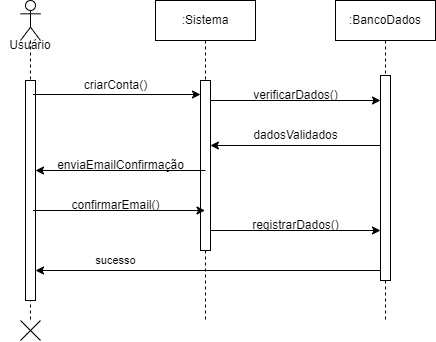
Earlier version of the draw.io export Diagrama_sequencia_cadastrar.png (ThePlano/Projeto-CC5511---ENGENHARIA-DE-SOFTWARE). Source tidied: cells renumbered, new cells last; positions are measured from the earlier drawing's top-left corner, leaving out a move shared by most shapes.
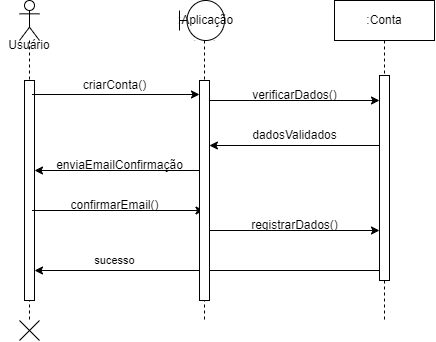
The same diagram one commit later.

Diff of the diagram source:
```diff
@@ -2,12 +2,6 @@
   <root>
     <mxCell id="0" />
     <mxCell id="1" parent="0" />
-    <mxCell id="2" value=":Sistema" style="shape=umlLifeline;perimeter=lifelinePerimeter;whiteSpace=wrap;html=1;outlineConnect=0;portConstraint=eastwest;newEdgeStyle={&quot;edgeStyle&quot;:&quot;elbowEdgeStyle&quot;,&quot;elbow&quot;:&quot;vertical&quot;,&quot;curved&quot;:0,&quot;rounded&quot;:0};" parent="1" vertex="1">
-      <mxGeometry x="155" width="100" height="320" as="geometry" />
-    </mxCell>
-    <mxCell id="3" style="html=1;points=[];perimeter=orthogonalPerimeter;outlineConnect=0;targetShapes=umlLifeline;portConstraint=eastwest;newEdgeStyle={&quot;edgeStyle&quot;:&quot;elbowEdgeStyle&quot;,&quot;elbow&quot;:&quot;vertical&quot;,&quot;curved&quot;:0,&quot;rounded&quot;:0};" parent="2" vertex="1">
-      <mxGeometry x="45" y="80" width="10" height="170" as="geometry" />
-    </mxCell>
     <mxCell id="4" style="shape=umlLifeline;perimeter=lifelinePerimeter;whiteSpace=wrap;html=1;newEdgeStyle={&quot;curved&quot;:0,&quot;rounded&quot;:0};participant=umlActor;fontStyle=4;size=40;" parent="1" vertex="1">
       <mxGeometry x="20" width="20" height="320" as="geometry" />
     </mxCell>
@@ -17,9 +11,10 @@
     <mxCell id="6" value="Usuário" style="text;html=1;align=center;verticalAlign=middle;whiteSpace=wrap;rounded=0;" parent="1" vertex="1">
       <mxGeometry y="30" width="60" height="30" as="geometry" />
     </mxCell>
-    <mxCell id="7" style="endArrow=classic;html=1;rounded=0;" parent="1" edge="1" target="3">
+    <mxCell id="7" style="endArrow=classic;html=1;rounded=0;" parent="1" edge="1">
       <mxGeometry relative="1" as="geometry">
         <mxPoint x="32.5" y="94" as="sourcePoint" />
+        <mxPoint x="200" y="94" as="targetPoint" />
       </mxGeometry>
     </mxCell>
     <mxCell id="8" value="criarConta()" style="text;html=1;align=center;verticalAlign=middle;strokeColor=none;fillColor=none;" parent="1" vertex="1">
@@ -51,7 +46,7 @@
     <mxCell id="14" style="shape=mxgraph.sysml.x;" parent="1" vertex="1">
       <mxGeometry x="20" y="320" width="20" height="20" as="geometry" />
     </mxCell>
-    <mxCell id="15" value=":BancoDados" style="shape=umlLifeline;perimeter=lifelinePerimeter;whiteSpace=wrap;html=1;newEdgeStyle={&quot;edgeStyle&quot;:&quot;elbowEdgeStyle&quot;,&quot;elbow&quot;:&quot;vertical&quot;,&quot;curved&quot;:0,&quot;rounded&quot;:0};" parent="1" vertex="1">
+    <mxCell id="15" value=":Conta" style="shape=umlLifeline;perimeter=lifelinePerimeter;whiteSpace=wrap;html=1;newEdgeStyle={&quot;edgeStyle&quot;:&quot;elbowEdgeStyle&quot;,&quot;elbow&quot;:&quot;vertical&quot;,&quot;curved&quot;:0,&quot;rounded&quot;:0};" parent="1" vertex="1">
       <mxGeometry x="335" width="100" height="320" as="geometry" />
     </mxCell>
     <mxCell id="16" style="html=1;perimeter=orthogonalPerimeter;targetShapes=umlLifeline;newEdgeStyle={&quot;edgeStyle&quot;:&quot;elbowEdgeStyle&quot;,&quot;elbow&quot;:&quot;vertical&quot;,&quot;curved&quot;:0,&quot;rounded&quot;:0};" parent="15" vertex="1">
@@ -60,9 +55,10 @@
     <mxCell id="17" value="verificarDados()" style="text;html=1;align=center;verticalAlign=middle;strokeColor=none;fillColor=none;" parent="1" vertex="1">
       <mxGeometry x="240" y="80" width="110" height="30" as="geometry" />
     </mxCell>
-    <mxCell id="18" style="endArrow=classic;html=1;rounded=0;" parent="1" edge="1" target="2">
+    <mxCell id="18" style="endArrow=classic;html=1;rounded=0;" parent="1" edge="1">
       <mxGeometry relative="1" as="geometry">
         <mxPoint x="32.5" y="210" as="sourcePoint" />
+        <mxPoint x="204.5" y="210" as="targetPoint" />
         <Array as="points">
           <mxPoint x="32.5" y="210" />
         </Array>
@@ -85,5 +81,17 @@
         <mxPoint x="380.1" y="270" as="sourcePoint" />
       </mxGeometry>
     </mxCell>
+    <mxCell id="23" style="shape=umlLifeline;perimeter=lifelinePerimeter;whiteSpace=wrap;html=1;newEdgeStyle={&quot;curved&quot;:0,&quot;rounded&quot;:0};participant=umlActor;fontStyle=4;size=40;" parent="1" vertex="1">
+      <mxGeometry x="195" width="20" height="320" as="geometry" />
+    </mxCell>
+    <mxCell id="24" style="html=1;perimeter=orthogonalPerimeter;targetShapes=umlLifeline;newEdgeStyle={&quot;edgeStyle&quot;:&quot;elbowEdgeStyle&quot;,&quot;elbow&quot;:&quot;vertical&quot;,&quot;curved&quot;:0,&quot;rounded&quot;:0};" parent="23" vertex="1">
+      <mxGeometry x="5" y="80" width="10" height="220" as="geometry" />
+    </mxCell>
+    <mxCell id="25" style="rounded=0;whiteSpace=wrap;html=1;strokeColor=none;" parent="1" vertex="1">
+      <mxGeometry x="185" width="40" height="40" as="geometry" />
+    </mxCell>
+    <mxCell id="26" value=":Aplicação" style="shape=umlBoundary;whiteSpace=wrap;html=1;" parent="1" vertex="1">
+      <mxGeometry x="180" width="45" height="40" as="geometry" />
+    </mxCell>
   </root>
 </mxGraphModel>
```
